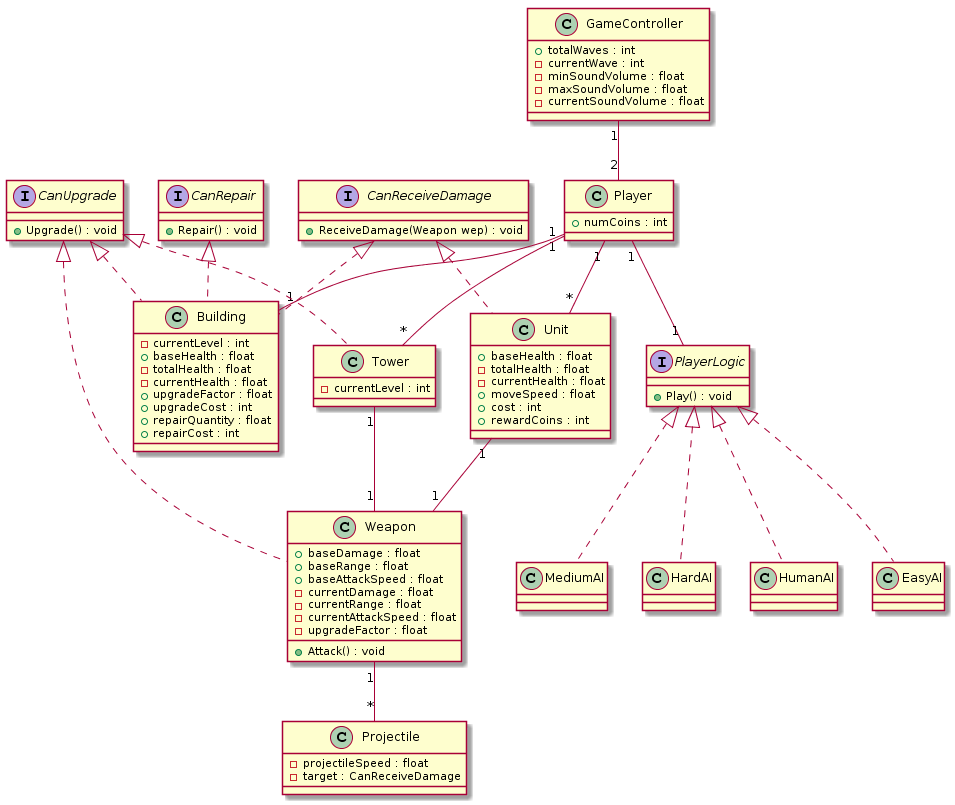
This is uml_diagrams/classDiagram.png from NestorTejero/ES2016B, a PlantUML export, as it was before one commit.
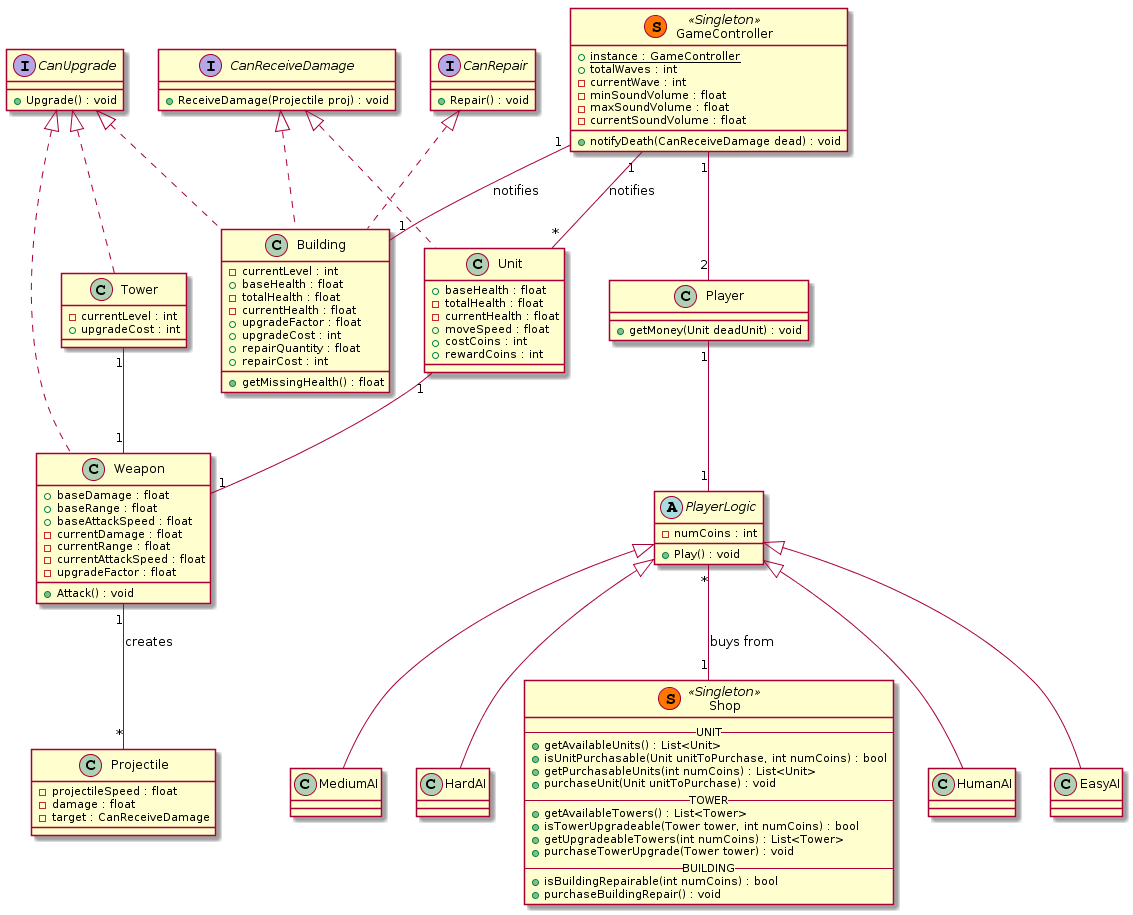
After the commit.

Commit message:
Update Class Diagram

Change to the diagram source:
```diff
@@ -3,51 +3,72 @@
     +Upgrade() : void
 }
 interface CanReceiveDamage {
-    +ReceiveDamage(Weapon wep) : void
+    +ReceiveDamage(Projectile proj) : void
 }
 interface CanRepair {
     +Repair() : void
 }
 
-interface PlayerLogic {
-    +Play() : void
-}
-
-class GameController {
+class GameController << (S,#FF7700) Singleton >>{
+    +{static} instance : GameController
     +totalWaves : int
     -currentWave : int
     -minSoundVolume : float
     -maxSoundVolume : float
     -currentSoundVolume : float
+    +notifyDeath(CanReceiveDamage dead) : void
 }
 
 class Player {
-    +numCoins : int
+    +getMoney(Unit deadUnit) : void
 }
 
 GameController "1" -- "2" Player
 
-class HumanAI implements PlayerLogic {
+abstract class PlayerLogic {
+    -numCoins : int
+    +Play() : void
 }
-class EasyAI implements PlayerLogic {
+
+class HumanAI extends PlayerLogic {
 }
-class MediumAI implements PlayerLogic {
+class EasyAI extends PlayerLogic {
 }
-class HardAI implements PlayerLogic {
+class MediumAI extends PlayerLogic {
+}
+class HardAI extends PlayerLogic {
 }
 
 Player "1" -- "1" PlayerLogic
+
+class Shop << (S,#FF7700) Singleton >> {
+    --UNIT--
+    +getAvailableUnits() : List<Unit>
+    +isUnitPurchasable(Unit unitToPurchase, int numCoins) : bool
+    +getPurchasableUnits(int numCoins) : List<Unit>
+    +purchaseUnit(Unit unitToPurchase) : void
+    --TOWER--
+    +getAvailableTowers() : List<Tower>
+    +isTowerUpgradeable(Tower tower, int numCoins) : bool
+    +getUpgradeableTowers(int numCoins) : List<Tower>
+    +purchaseTowerUpgrade(Tower tower) : void
+    --BUILDING--
+    +isBuildingRepairable(int numCoins) : bool
+    +purchaseBuildingRepair() : void
+}
+
+PlayerLogic "*"--"1" Shop : buys from
 
 class Unit implements CanReceiveDamage{
     +baseHealth : float
     -totalHealth : float
     -currentHealth : float
     +moveSpeed : float
-    +cost : int
+    +costCoins : int
     +rewardCoins : int
 }
 
-Player "1" -- "*" Unit
+GameController "1" -- "*" Unit : notifies
 
 class Weapon implements CanUpgrade{
     +baseDamage : float
@@ -62,10 +83,11 @@
 
 class Projectile {
     -projectileSpeed : float
+    -damage : float
     -target : CanReceiveDamage
 }
 
-Weapon "1" -- "*" Projectile
+Weapon "1" -- "*" Projectile : creates
 
 Unit "1" -- "1" Weapon
 Tower "1" -- "1" Weapon
@@ -79,13 +101,13 @@
     +upgradeCost : int
     +repairQuantity : float
     +repairCost : int
+    +getMissingHealth() : float
 }
 
-Player "1" -- "1" Building
+GameController "1" -- "1" Building : notifies
 
 class Tower implements CanUpgrade {
     -currentLevel : int
+    +upgradeCost : int
 }
-
-Player "1" -- "*" Tower
 @enduml
```
